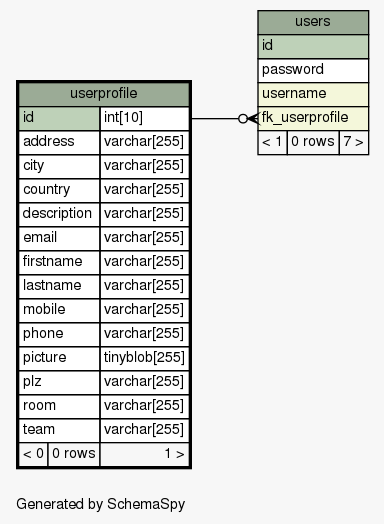
Earlier version of the Graphviz export doc/db_schema/diagrams/userprofile.1degree.png (chr-krenn/chr-krenn-fhj-ws2017-sd17-pse). Its source is kept beside it as doc/db_schema/diagrams/userprofile.1degree.dot.
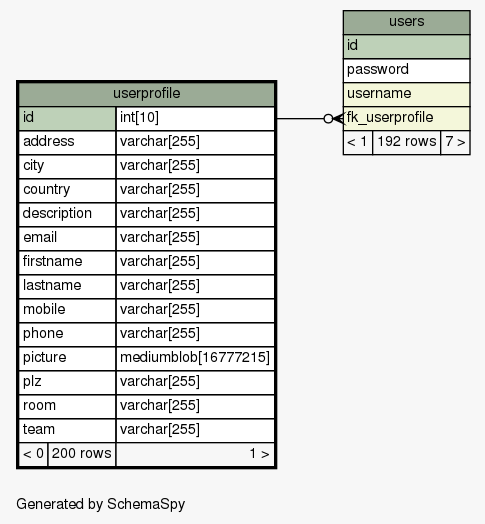
After the change.

The edit, as a diff of the source:
```diff
@@ -32,11 +32,11 @@
       <TR><TD PORT="lastname" COLSPAN="2" ALIGN="LEFT">lastname</TD><TD PORT="lastname.type" ALIGN="LEFT">varchar[255]</TD></TR>
       <TR><TD PORT="mobile" COLSPAN="2" ALIGN="LEFT">mobile</TD><TD PORT="mobile.type" ALIGN="LEFT">varchar[255]</TD></TR>
       <TR><TD PORT="phone" COLSPAN="2" ALIGN="LEFT">phone</TD><TD PORT="phone.type" ALIGN="LEFT">varchar[255]</TD></TR>
-      <TR><TD PORT="picture" COLSPAN="2" ALIGN="LEFT">picture</TD><TD PORT="picture.type" ALIGN="LEFT">tinyblob[255]</TD></TR>
+      <TR><TD PORT="picture" COLSPAN="2" ALIGN="LEFT">picture</TD><TD PORT="picture.type" ALIGN="LEFT">mediumblob[16777215]</TD></TR>
       <TR><TD PORT="plz" COLSPAN="2" ALIGN="LEFT">plz</TD><TD PORT="plz.type" ALIGN="LEFT">varchar[255]</TD></TR>
       <TR><TD PORT="room" COLSPAN="2" ALIGN="LEFT">room</TD><TD PORT="room.type" ALIGN="LEFT">varchar[255]</TD></TR>
       <TR><TD PORT="team" COLSPAN="2" ALIGN="LEFT">team</TD><TD PORT="team.type" ALIGN="LEFT">varchar[255]</TD></TR>
-      <TR><TD ALIGN="LEFT" BGCOLOR="#f7f7f7">&lt; 0</TD><TD ALIGN="RIGHT" BGCOLOR="#f7f7f7">0 rows</TD><TD ALIGN="RIGHT" BGCOLOR="#f7f7f7">1 &gt;</TD></TR>
+      <TR><TD ALIGN="LEFT" BGCOLOR="#f7f7f7">&lt; 0</TD><TD ALIGN="RIGHT" BGCOLOR="#f7f7f7">200 rows</TD><TD ALIGN="RIGHT" BGCOLOR="#f7f7f7">1 &gt;</TD></TR>
     </TABLE>>
     URL="userprofile.html"
     tooltip="userprofile"
@@ -49,7 +49,7 @@
       <TR><TD PORT="password" COLSPAN="3" ALIGN="LEFT">password</TD></TR>
       <TR><TD PORT="username" COLSPAN="3" BGCOLOR="#f4f7da" ALIGN="LEFT">username</TD></TR>
       <TR><TD PORT="fk_userprofile" COLSPAN="3" BGCOLOR="#f4f7da" ALIGN="LEFT">fk_userprofile</TD></TR>
-      <TR><TD ALIGN="LEFT" BGCOLOR="#f7f7f7">&lt; 1</TD><TD ALIGN="RIGHT" BGCOLOR="#f7f7f7">0 rows</TD><TD ALIGN="RIGHT" BGCOLOR="#f7f7f7">7 &gt;</TD></TR>
+      <TR><TD ALIGN="LEFT" BGCOLOR="#f7f7f7">&lt; 1</TD><TD ALIGN="RIGHT" BGCOLOR="#f7f7f7">192 rows</TD><TD ALIGN="RIGHT" BGCOLOR="#f7f7f7">7 &gt;</TD></TR>
     </TABLE>>
     URL="users.html"
     tooltip="users"
```
